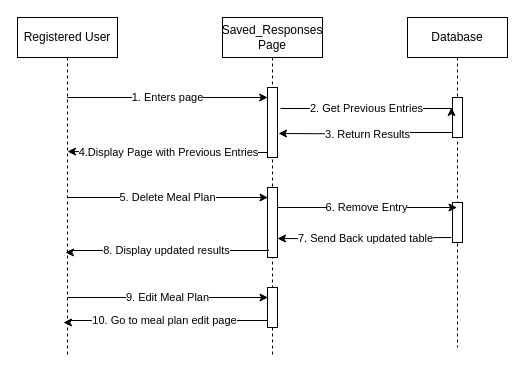
Above: diagrams/RegisteredUserPage_SequenceDiagram.drawio in ChrisMichaudd/seng401test (draw.io), before the change. Source tidied: cells renumbered, new cells numbered last; positions are measured from the earlier drawing's top-left corner, leaving out a move shared by most shapes. Both pictures are drawn from the tidied source at 100%, with x=0, y=0 at pixel (17, 17).
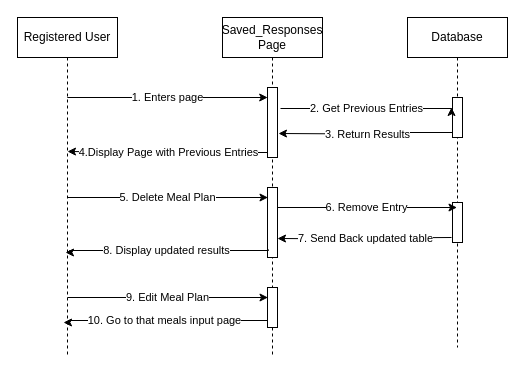
The same diagram, later.

What changed in the source:
```diff
@@
-    <mxCell id="19" value="10. Go to meal plan edit page" style="edgeStyle=orthogonalEdgeStyle;rounded=0;orthogonalLoop=1;jettySize=auto;html=1;curved=0;" parent="1" edge="1">
+    <mxCell id="19" value="10. Go to that meals input page" style="edgeStyle=orthogonalEdgeStyle;rounded=0;orthogonalLoop=1;jettySize=auto;html=1;curved=0;" parent="1" edge="1">
       <mxGeometry relative="1" as="geometry">
         <mxPoint x="250" y="302" as="sourcePoint" />
         <mxPoint x="46" y="305" as="targetPoint" />
         <Array as="points">
           <mxPoint x="250" y="303" />
           <mxPoint x="51" y="303" />
         </Array>
       </mxGeometry>
     </mxCell>
```
